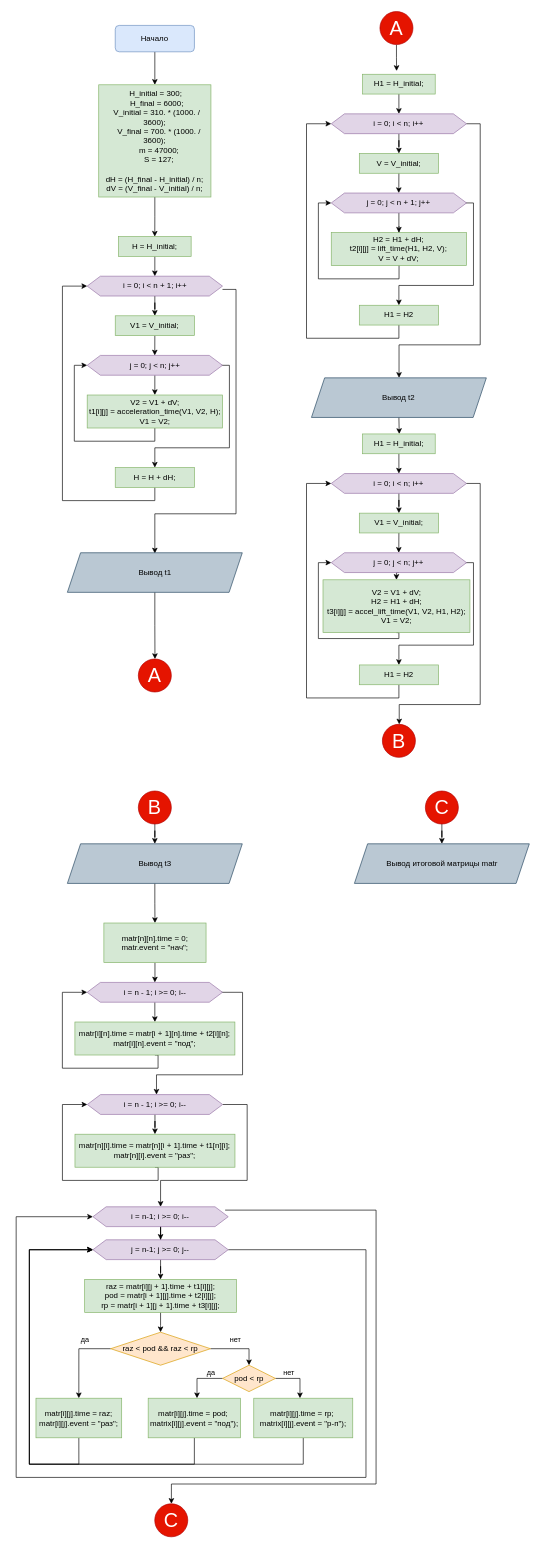
nerses-a/Least_squares keeps this draw.io diagram as Диаграмма без названия.drawio. Above is the earlier version. Source tidied: cells renumbered, new cells numbered last; positions are measured from the earlier drawing's top-left corner, leaving out a move shared by most shapes. Both pictures are drawn from the tidied source at 66%, with x=0, y=0 at pixel (16, 11).
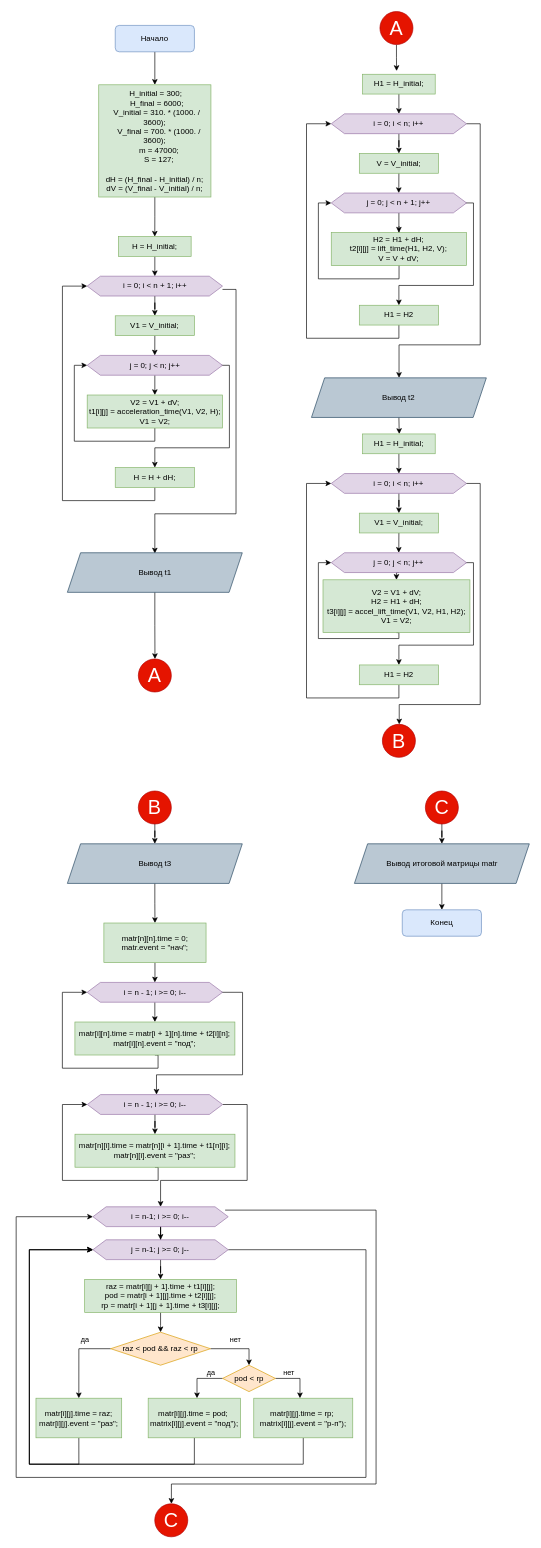
After the change.

Unchanged cells that the change refers to:
```xml
<mxCell id="99" value="Вывод итоговой матрицы matr" style="shape=parallelogram;perimeter=parallelogramPerimeter;whiteSpace=wrap;html=1;fixedSize=1;fillColor=#bac8d3;strokeColor=#23445d;" parent="1" vertex="1">
  <mxGeometry x="512.5" y="1261" width="265" height="60" as="geometry" />
</mxCell>
```

What changed in the source:
```diff
@@
+    <mxCell id="100" style="edgeStyle=orthogonalEdgeStyle;rounded=0;jettySize=auto;html=1;" parent="1" edge="1" source="99" target="101">
+      <mxGeometry relative="1" as="geometry" />
+    </mxCell>
@@
+    <mxCell id="101" value="Конец" style="rounded=1;whiteSpace=wrap;html=1;fontSize=12;glass=0;strokeWidth=1;shadow=0;fillColor=#dae8fc;strokeColor=#6c8ebf;" parent="1" vertex="1">
+      <mxGeometry x="585" y="1361" width="120" height="40" as="geometry" />
+    </mxCell>
```
